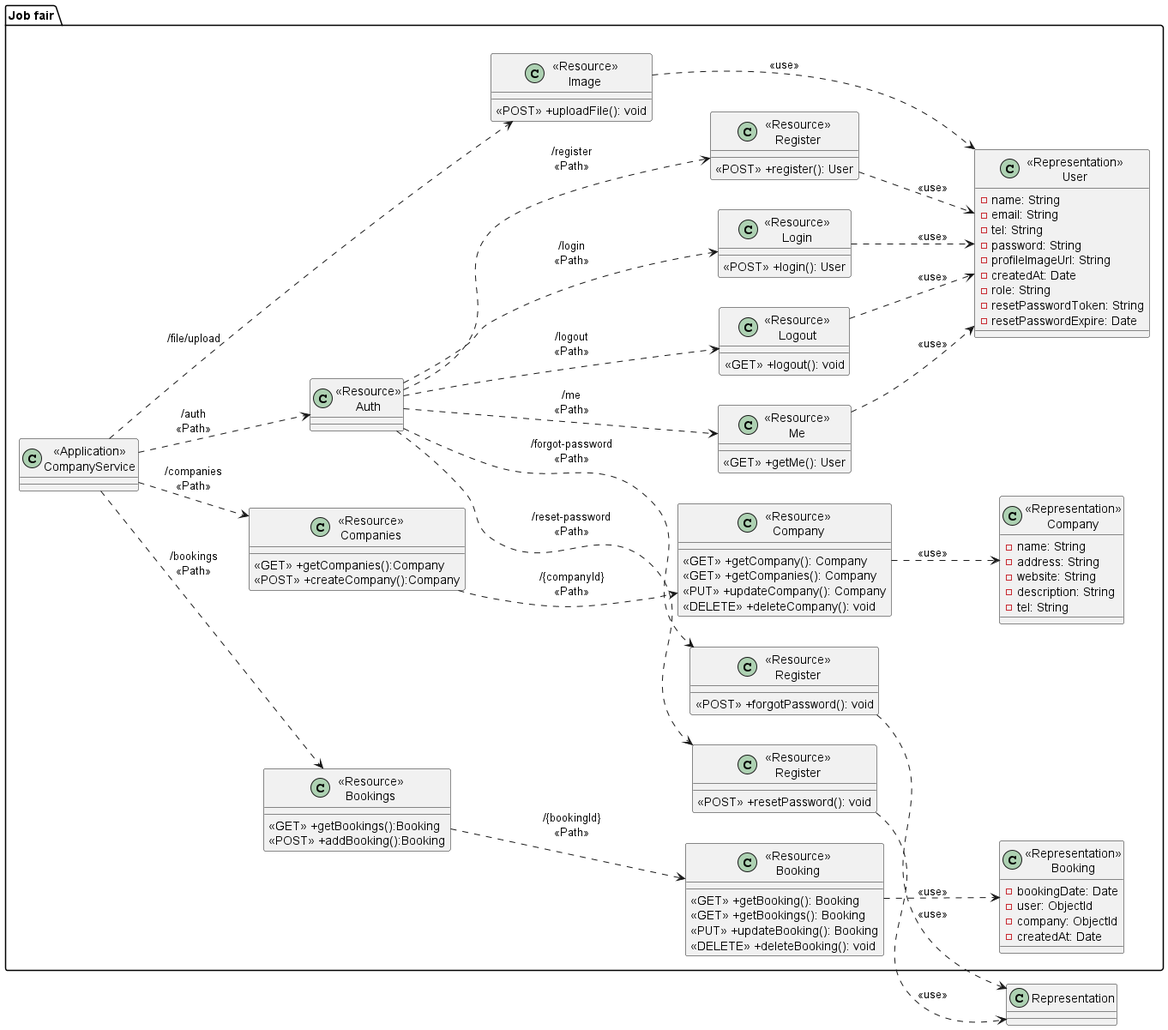
Before: out/diagram/class/ClassDiagram.png, a diagram exported from PlantUML (TeerapatChan/CU-JobfairBackend).
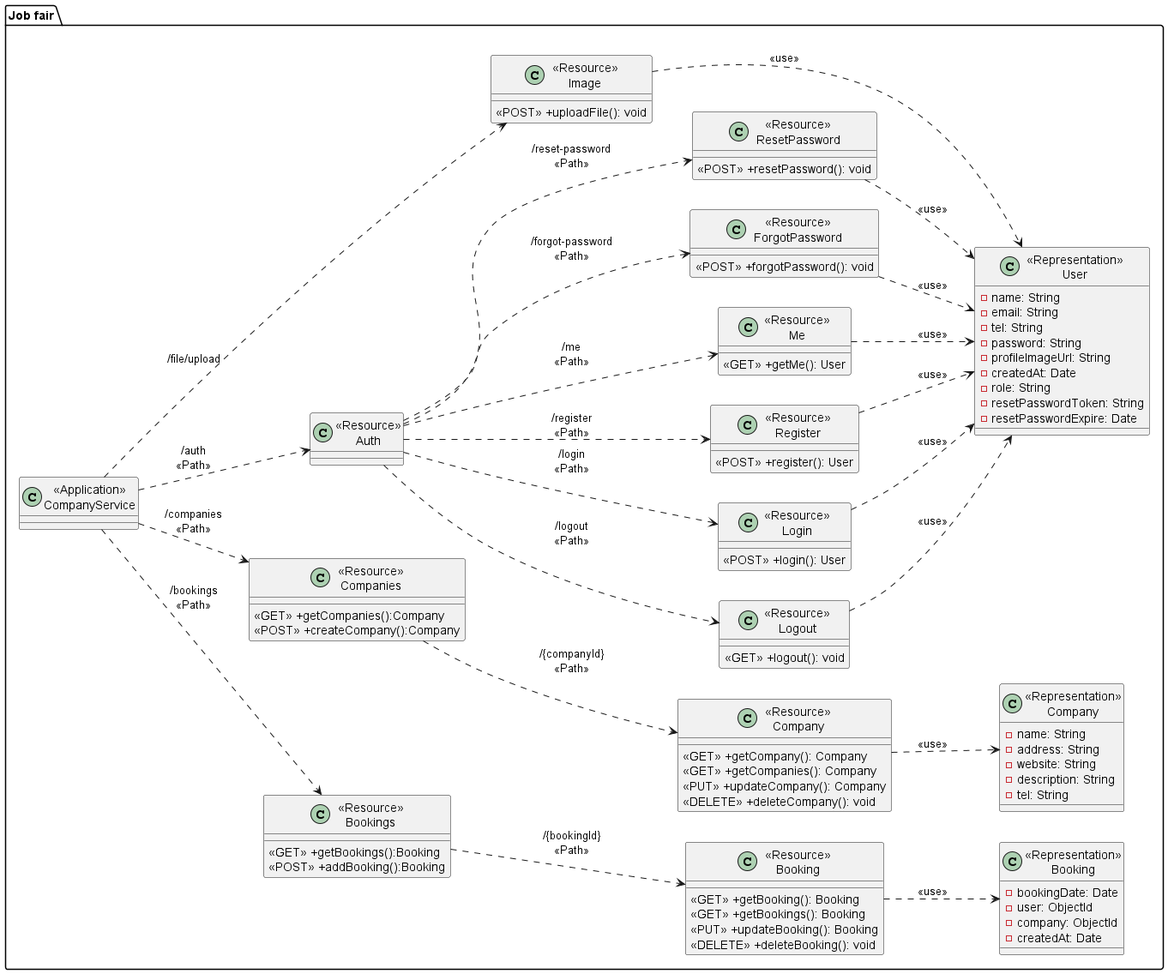
Later version of the same file.

The edit, as a diff of the source:
```diff
@@ -43,10 +43,10 @@
     class "<<Resource>>\nMe" as ResourceMe {
         <<GET>> +getMe(): User
     }
-    class "<<Resource>>\nRegister" as ResourceForgotPassword {
+    class "<<Resource>>\nForgotPassword" as ResourceForgotPassword {
         <<POST>> +forgotPassword(): void
     }
-    class "<<Resource>>\nRegister" as ResourceResetPassword {
+    class "<<Resource>>\nResetPassword" as ResourceResetPassword {
         <<POST>> +resetPassword(): void
     }
 
@@ -93,6 +93,8 @@
 ResourceAuth ..> ResourceForgotPassword:"/forgot-password\n<<Path>>"
 ResourceAuth ..> ResourceResetPassword:"/reset-password\n<<Path>>"
 
+ResourceForgotPassword ..> RepresentationUser:"<<use>>"
+ResourceResetPassword ..> RepresentationUser:"<<use>>"
 ResourceBooking ..> RepresentationBooking:"<<use>>"
 ResourceCompany ..> RepresentationCompany:"<<use>>"
 ResourceImage ..> RepresentationUser:"<<use>>"
@@ -100,7 +102,5 @@
 ResourceLogout ..> RepresentationUser:"<<use>>"
 ResourceRegister ..> RepresentationUser:"<<use>>"
 ResourceMe ..> RepresentationUser:"<<use>>"
-ResourceForgotPassword ..> Representation:"<<use>>"
-ResourceResetPassword ..> Representation:"<<use>>"
 
 @enduml
```
